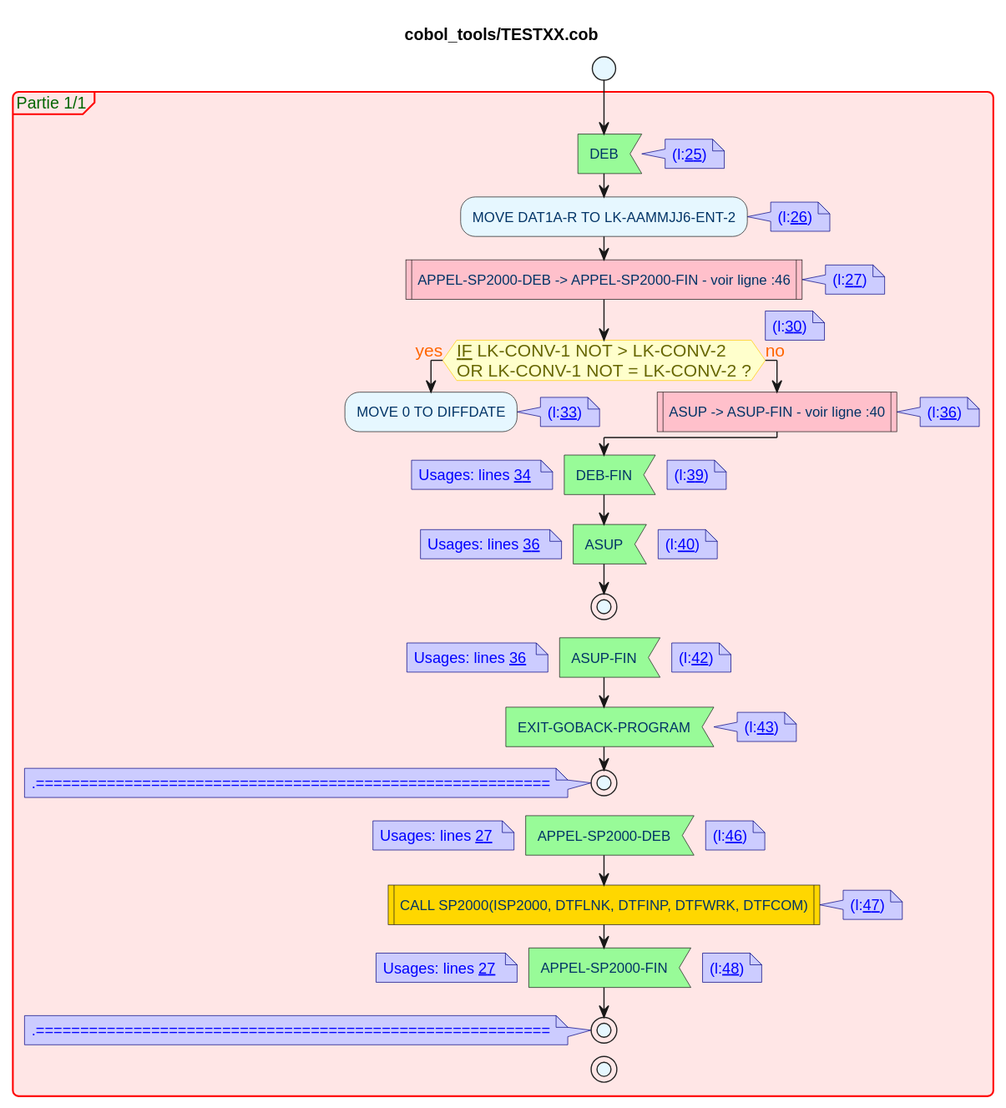
Before: activity_diagram_1.svg, a diagram exported from PlantUML (Moustov/cobol_tools).
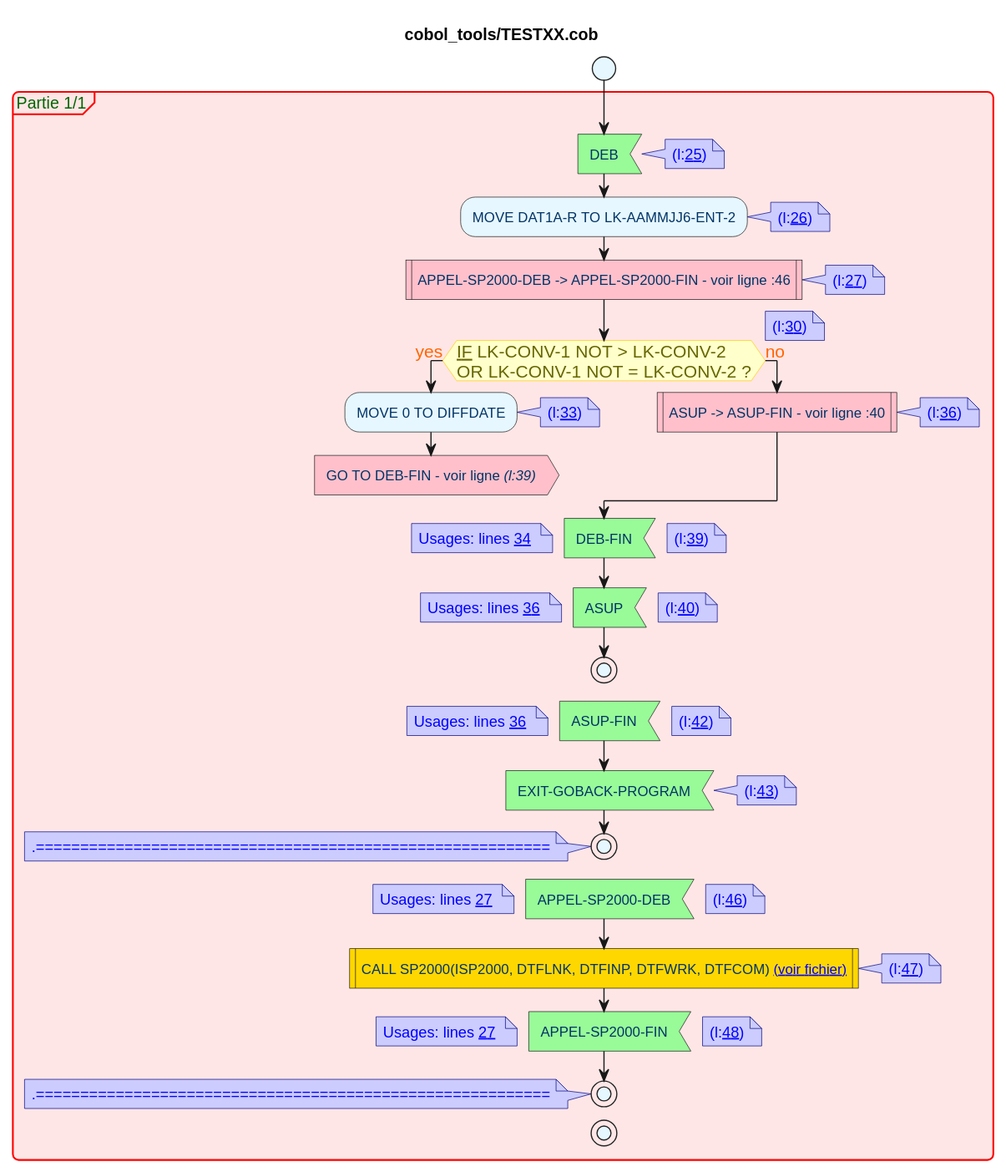
Above is the later version.

What changed in the source:
```diff
@@ -51,7 +51,8 @@
 		:MOVE 0 TO DIFFDATE;
 note right: (l:[[http://gitlab.altair.recouv/999/cobol_tools/-/tree/livraison/TESTXX.cob#L33 33]])
 
-		#Pink:GO TO DEB-FIN - voir ligne //(l:39)//> 		detach
+		#Pink:GO TO DEB-FIN - voir ligne //(l:39)//>
+		detach
 		else (no)
 note right: (l:[[http://gitlab.altair.recouv/999/cobol_tools/-/tree/livraison/TESTXX.cob#L35 35]])
 
@@ -90,7 +91,8 @@
 	note
 					Usages: lines [[http://gitlab.altair.recouv/999/cobol_tools/-/tree/livraison/TESTXX.cob#L27 27]]
 	end note
-	#Gold:CALL SP2000(ISP2000, DTFLNK, DTFINP, DTFWRK, DTFCOM)|
+	#Gold:CALL SP2000(ISP2000, DTFLNK, DTFINP, DTFWRK, DTFCOM) [[http://gitlab.altair.recouv/999/cobol_tools/-/tree/livraison/TESTXX.cob/obde/-/tree/livraison/srcv2/ssprog/SP2000.cob (voir fichier)]]|
+
 note right: (l:[[http://gitlab.altair.recouv/999/cobol_tools/-/tree/livraison/TESTXX.cob#L47 47]])
 
 	#palegreen:APPEL-SP2000-FIN<
```
